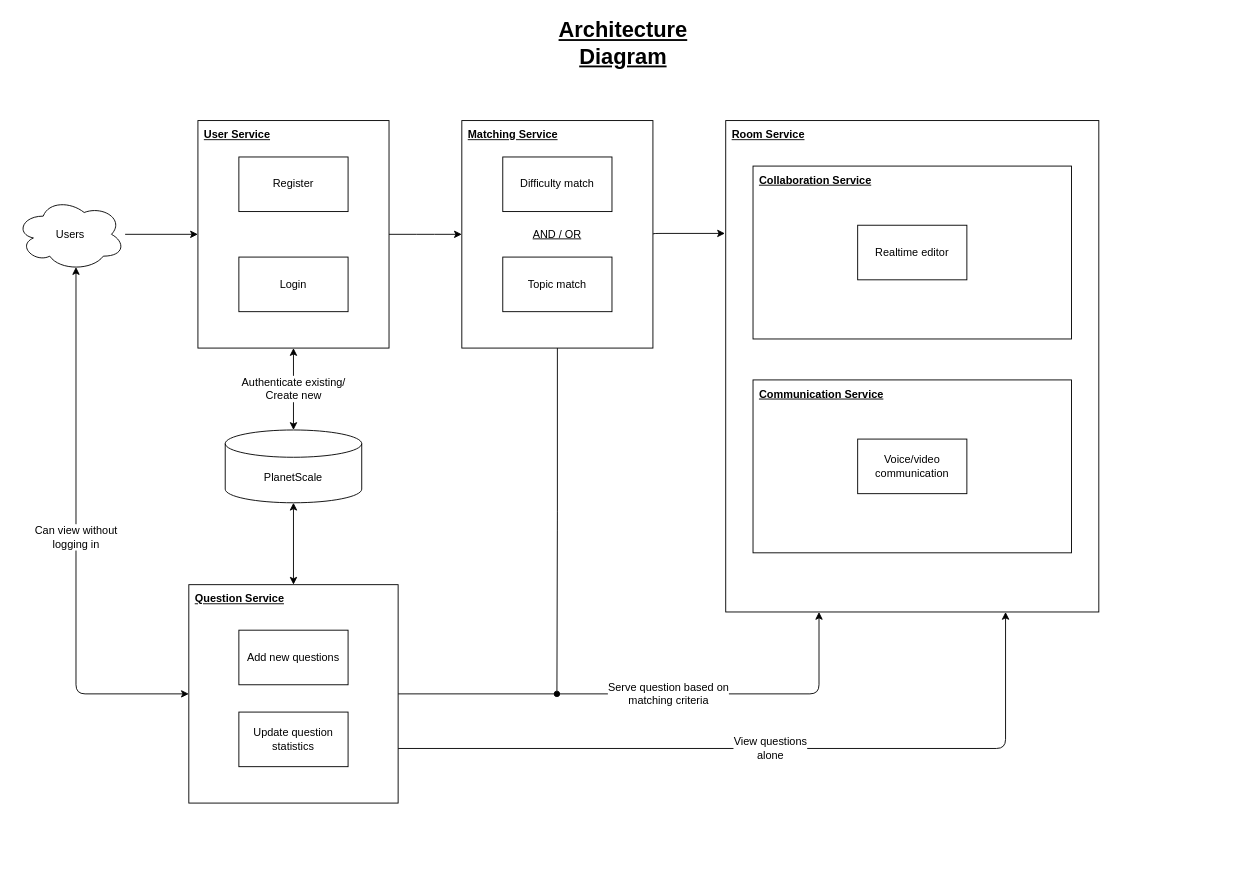
CS3219-AY2223S1/cs3219-project-ay2223s1-g42 keeps this draw.io diagram as docs/cs3219-architecture.drawio. Above is the earlier version. Source tidied: cells renumbered, new cells numbered last; positions are measured from the earlier drawing's top-left corner, leaving out a move shared by most shapes. Both pictures are drawn from the tidied source at 91%, with x=0, y=0 at pixel (15, 15).
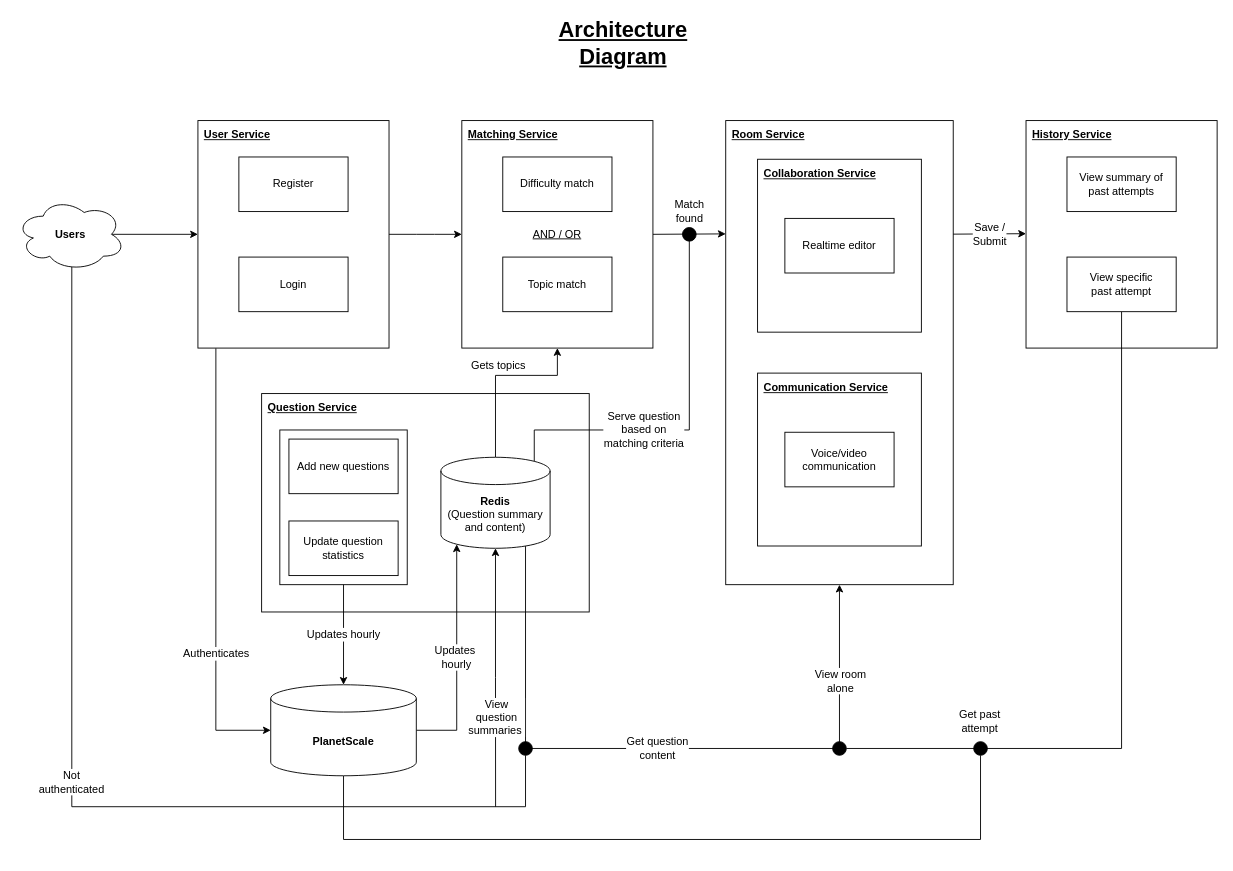
The same page after the edit.

Commit message:
docs: draft archi diagram, no kafka

Unchanged cells that the change refers to:
```xml
<mxCell id="8" value="&lt;u&gt;User Service&lt;/u&gt;" style="whiteSpace=wrap;html=1;align=left;verticalAlign=top;horizontal=1;spacingLeft=5;spacingTop=2;fontStyle=1;" parent="1" vertex="1">
  <mxGeometry x="200" y="115" width="210" height="250" as="geometry" />
</mxCell>
<mxCell id="20" value="&lt;u&gt;Matching Service&lt;/u&gt;" style="whiteSpace=wrap;html=1;align=left;verticalAlign=top;horizontal=1;spacingLeft=5;spacingTop=2;fontStyle=1;" parent="1" vertex="1">
  <mxGeometry x="490" y="115" width="210" height="250" as="geometry" />
</mxCell>
```

What changed in the source:
```diff
@@
+    <mxCell id="15" value="&lt;b&gt;&lt;u&gt;Question Service&lt;/u&gt;&lt;/b&gt;" style="whiteSpace=wrap;html=1;spacingLeft=5;spacingTop=2;align=left;verticalAlign=top;" parent="1" vertex="1">
+      <mxGeometry x="270" y="415" width="360" height="240" as="geometry" />
+    </mxCell>
+    <mxCell id="29" style="rounded=0;whiteSpace=wrap;html=1;labelBackgroundColor=none;fontSize=12;" parent="1" vertex="1">
+      <mxGeometry x="290" y="455" width="140" height="170" as="geometry" />
+    </mxCell>
-    <mxCell id="2" style="edgeStyle=none;html=1;fontSize=30;" parent="1" edge="1" source="4" target="8">
+    <mxCell id="2" style="edgeStyle=none;html=1;fontSize=30;exitX=0.875;exitY=0.5;exitDx=0;exitDy=0;exitPerimeter=0;" parent="1" edge="1" source="4" target="8">
       <mxGeometry relative="1" as="geometry" />
     </mxCell>
-    <mxCell id="3" value="Can view without &lt;br&gt;logging in" style="edgeStyle=elbowEdgeStyle;html=1;exitX=0.55;exitY=0.95;exitDx=0;exitDy=0;exitPerimeter=0;entryX=0;entryY=0.5;entryDx=0;entryDy=0;fontSize=12;startArrow=classic;startFill=1;" parent="1" edge="1" source="4" target="15">
-      <mxGeometry relative="1" as="geometry">
-        <Array as="points">
-          <mxPoint x="66" y="515" />
-        </Array>
-      </mxGeometry>
-    </mxCell>
+    <mxCell id="30" value="Not &lt;br&gt;authenticated" style="edgeStyle=orthogonalEdgeStyle;rounded=0;html=1;exitX=0.595;exitY=0.948;exitDx=0;exitDy=0;exitPerimeter=0;labelBackgroundColor=default;labelBorderColor=none;fontSize=12;startArrow=none;startFill=0;endArrow=oval;endFill=1;endSize=15;elbow=vertical;" parent="1" edge="1">
+      <mxGeometry x="-0.02" relative="1" as="geometry">
+        <mxPoint x="61.4" y="275.8" as="sourcePoint" />
+        <mxPoint x="560" y="805" as="targetPoint" />
+        <Array as="points">
+          <mxPoint x="61" y="869" />
+          <mxPoint x="560" y="869" />
+        </Array>
+      </mxGeometry>
+    </mxCell>
-    <mxCell id="4" value="Users" style="ellipse;shape=cloud;whiteSpace=wrap;html=1;" parent="1" vertex="1">
+    <mxCell id="4" value="&lt;b&gt;Users&lt;/b&gt;" style="ellipse;shape=cloud;whiteSpace=wrap;html=1;" parent="1" vertex="1">
       <mxGeometry y="200" width="120" height="80" as="geometry" />
     </mxCell>
@@
+    <mxCell id="7" style="edgeStyle=elbowEdgeStyle;html=1;fontSize=12;startArrow=none;startFill=0;elbow=vertical;" parent="1" edge="1" source="8" target="20">
+      <mxGeometry relative="1" as="geometry" />
+    </mxCell>
-    <mxCell id="6" value="Authenticate existing/&lt;br&gt;Create new" style="edgeStyle=none;html=1;entryX=0.5;entryY=0;entryDx=0;entryDy=0;entryPerimeter=0;fontSize=12;startArrow=classic;startFill=1;" parent="1" edge="1" source="8" target="12">
-      <mxGeometry relative="1" as="geometry" />
+    <mxCell id="6" value="Authenticates" style="edgeStyle=orthogonalEdgeStyle;rounded=0;html=1;exitX=0.094;exitY=1.001;exitDx=0;exitDy=0;entryX=0;entryY=0.5;entryDx=0;entryDy=0;entryPerimeter=0;labelBackgroundColor=default;labelBorderColor=none;fontSize=12;startArrow=none;startFill=0;endArrow=classic;endFill=1;endSize=6;elbow=vertical;exitPerimeter=0;" parent="1" edge="1" source="8" target="12">
+      <mxGeometry x="0.4" relative="1" as="geometry" />
     </mxCell>
-    <mxCell id="7" style="edgeStyle=elbowEdgeStyle;html=1;fontSize=12;startArrow=none;startFill=0;" parent="1" edge="1" source="8" target="20">
-      <mxGeometry relative="1" as="geometry" />
-    </mxCell>
@@
-    <mxCell id="11" style="edgeStyle=none;html=1;fontSize=12;startArrow=classic;startFill=1;" parent="1" edge="1" source="12" target="15">
-      <mxGeometry relative="1" as="geometry" />
-    </mxCell>
-    <mxCell id="12" value="PlanetScale" style="shape=cylinder3;whiteSpace=wrap;html=1;boundedLbl=1;backgroundOutline=1;size=15;fontSize=12;" parent="1" vertex="1">
-      <mxGeometry x="230" y="455" width="150" height="80" as="geometry" />
-    </mxCell>
-    <mxCell id="13" value="Serve question based on &lt;br&gt;matching criteria" style="edgeStyle=elbowEdgeStyle;html=1;exitX=1;exitY=0.5;exitDx=0;exitDy=0;entryX=0.25;entryY=1;entryDx=0;entryDy=0;fontSize=12;startArrow=none;startFill=0;elbow=vertical;" parent="1" edge="1" source="15" target="21">
-      <mxGeometry x="0.07" relative="1" as="geometry">
-        <Array as="points">
-          <mxPoint x="640" y="745" />
-        </Array>
-        <mxPoint x="1" as="offset" />
-      </mxGeometry>
-    </mxCell>
-    <mxCell id="14" value="View questions &lt;br&gt;alone" style="edgeStyle=elbowEdgeStyle;elbow=vertical;html=1;exitX=1;exitY=0.75;exitDx=0;exitDy=0;entryX=0.75;entryY=1;entryDx=0;entryDy=0;fontSize=12;startArrow=none;startFill=0;endArrow=classic;endFill=1;" parent="1" edge="1" source="15" target="21">
-      <mxGeometry relative="1" as="geometry">
-        <Array as="points">
-          <mxPoint x="750" y="805" />
-        </Array>
-      </mxGeometry>
-    </mxCell>
-    <mxCell id="15" value="&lt;b&gt;&lt;u&gt;Question Service&lt;/u&gt;&lt;/b&gt;" style="whiteSpace=wrap;html=1;spacingLeft=5;spacingTop=2;align=left;verticalAlign=top;" parent="1" vertex="1">
-      <mxGeometry x="190" y="625" width="230" height="240" as="geometry" />
-    </mxCell>
+    <mxCell id="31" value="Updates hourly" style="edgeStyle=orthogonalEdgeStyle;rounded=0;html=1;exitX=0.5;exitY=1;exitDx=0;exitDy=0;entryX=0.5;entryY=0;entryDx=0;entryDy=0;entryPerimeter=0;labelBackgroundColor=default;labelBorderColor=none;fontSize=12;startArrow=none;startFill=0;endArrow=classic;endFill=1;endSize=6;elbow=vertical;" parent="1" edge="1" source="29" target="12">
+      <mxGeometry relative="1" as="geometry" />
+    </mxCell>
     <mxCell id="16" value="Add new questions" style="rounded=0;whiteSpace=wrap;html=1;fontSize=12;" parent="1" vertex="1">
-      <mxGeometry x="245" y="675" width="120" height="60" as="geometry" />
+      <mxGeometry x="300" y="465" width="120" height="60" as="geometry" />
     </mxCell>
     <mxCell id="17" value="Update question statistics" style="rounded=0;whiteSpace=wrap;html=1;fontSize=12;" parent="1" vertex="1">
-      <mxGeometry x="245" y="765" width="120" height="60" as="geometry" />
+      <mxGeometry x="300" y="555" width="120" height="60" as="geometry" />
     </mxCell>
-    <mxCell id="18" style="edgeStyle=elbowEdgeStyle;elbow=vertical;html=1;exitX=0.5;exitY=1;exitDx=0;exitDy=0;fontSize=12;startArrow=none;startFill=0;endArrow=oval;endFill=1;" parent="1" edge="1" source="20">
-      <mxGeometry relative="1" as="geometry">
-        <mxPoint x="594.5" y="745" as="targetPoint" />
-      </mxGeometry>
-    </mxCell>
-    <mxCell id="19" style="edgeStyle=elbowEdgeStyle;elbow=vertical;html=1;exitX=1;exitY=0.5;exitDx=0;exitDy=0;entryX=-0.002;entryY=0.229;entryDx=0;entryDy=0;entryPerimeter=0;fontSize=12;startArrow=none;startFill=0;endArrow=classic;endFill=1;" parent="1" edge="1" source="20" target="21">
-      <mxGeometry relative="1" as="geometry" />
-    </mxCell>
+    <mxCell id="32" value="&lt;font style=&quot;font-size: 12px&quot;&gt;Match&lt;br style=&quot;font-size: 12px;&quot;&gt;found&lt;/font&gt;" style="elbow=vertical;html=1;exitX=1;exitY=0.5;exitDx=0;exitDy=0;entryX=0;entryY=0.25;entryDx=0;entryDy=0;fontSize=12;startArrow=none;startFill=0;endArrow=classic;endFill=1;" parent="1" edge="1">
+      <mxGeometry y="25" relative="1" as="geometry">
+        <mxPoint x="700" y="240" as="sourcePoint" />
+        <mxPoint x="780" y="239.5" as="targetPoint" />
+      </mxGeometry>
+    </mxCell>
@@
     <mxCell id="21" value="&lt;u&gt;Room Service&lt;/u&gt;" style="whiteSpace=wrap;html=1;align=left;verticalAlign=top;horizontal=1;spacingLeft=5;spacingTop=2;fontStyle=1;" parent="1" vertex="1">
-      <mxGeometry x="780" y="115" width="410" height="540" as="geometry" />
+      <mxGeometry x="780" y="115" width="250" height="510" as="geometry" />
     </mxCell>
@@
     <mxCell id="25" value="Collaboration Service" style="rounded=0;whiteSpace=wrap;html=1;fontSize=12;fontStyle=5;align=left;verticalAlign=top;spacingLeft=5;spacingTop=2;" parent="1" vertex="1">
-      <mxGeometry x="810" y="165" width="350" height="190" as="geometry" />
+      <mxGeometry x="815" y="157.5" width="180" height="190" as="geometry" />
     </mxCell>
     <mxCell id="26" value="&lt;span style=&quot;font-size: 12px&quot;&gt;Realtime editor&lt;/span&gt;" style="whiteSpace=wrap;html=1;fontSize=12;" parent="1" vertex="1">
-      <mxGeometry x="925" y="230" width="120" height="60" as="geometry" />
+      <mxGeometry x="845" y="222.5" width="120" height="60" as="geometry" />
     </mxCell>
     <mxCell id="27" value="Communication Service" style="rounded=0;whiteSpace=wrap;html=1;fontSize=12;fontStyle=5;align=left;verticalAlign=top;spacingLeft=5;spacingTop=2;" parent="1" vertex="1">
-      <mxGeometry x="810" y="400" width="350" height="190" as="geometry" />
+      <mxGeometry x="815" y="392.5" width="180" height="190" as="geometry" />
     </mxCell>
     <mxCell id="28" value="&lt;span style=&quot;font-size: 12px;&quot;&gt;Voice/video communication&lt;br style=&quot;font-size: 12px;&quot;&gt;&lt;/span&gt;" style="whiteSpace=wrap;html=1;fontSize=12;verticalAlign=middle;labelBackgroundColor=none;" parent="1" vertex="1">
-      <mxGeometry x="925" y="465" width="120" height="60" as="geometry" />
+      <mxGeometry x="845" y="457.5" width="120" height="60" as="geometry" />
     </mxCell>
+    <mxCell id="33" value="&lt;u&gt;History Service&lt;/u&gt;" style="whiteSpace=wrap;html=1;align=left;verticalAlign=top;horizontal=1;spacingLeft=5;spacingTop=2;fontStyle=1;" parent="1" vertex="1">
+      <mxGeometry x="1110" y="115" width="210" height="250" as="geometry" />
+    </mxCell>
+    <mxCell id="34" value="Get past &lt;br&gt;attempt" style="edgeStyle=orthogonalEdgeStyle;rounded=0;html=1;labelBackgroundColor=default;labelBorderColor=none;fontSize=12;startArrow=none;startFill=0;endArrow=oval;endFill=1;endSize=15;elbow=vertical;" parent="1" edge="1" source="37">
+      <mxGeometry x="0.61" y="-30" relative="1" as="geometry">
+        <mxPoint x="905" y="805" as="targetPoint" />
+        <Array as="points">
+          <mxPoint x="1215" y="805" />
+        </Array>
+      </mxGeometry>
+    </mxCell>
+    <mxCell id="35" value="Save /&lt;br&gt;Submit" style="elbow=vertical;html=1;exitX=1;exitY=0.5;exitDx=0;exitDy=0;entryX=0;entryY=0.25;entryDx=0;entryDy=0;fontSize=12;startArrow=none;startFill=0;endArrow=classic;endFill=1;" parent="1" edge="1">
+      <mxGeometry relative="1" as="geometry">
+        <mxPoint x="1030" y="239.8" as="sourcePoint" />
+        <mxPoint x="1110" y="239.3" as="targetPoint" />
+      </mxGeometry>
+    </mxCell>
+    <mxCell id="36" value="&lt;span style=&quot;font-size: 12px&quot;&gt;View summary of &lt;br&gt;past attempts&lt;/span&gt;" style="whiteSpace=wrap;html=1;fontSize=12;" parent="1" vertex="1">
+      <mxGeometry x="1155" y="155" width="120" height="60" as="geometry" />
+    </mxCell>
+    <mxCell id="37" value="View specific &lt;br&gt;past attempt" style="whiteSpace=wrap;html=1;fontSize=12;" parent="1" vertex="1">
+      <mxGeometry x="1155" y="265" width="120" height="60" as="geometry" />
+    </mxCell>
+    <mxCell id="38" value="Updates&amp;nbsp;&lt;br&gt;hourly" style="edgeStyle=orthogonalEdgeStyle;rounded=0;html=1;exitX=1;exitY=0.5;exitDx=0;exitDy=0;exitPerimeter=0;entryX=0.145;entryY=1;entryDx=0;entryDy=-4.35;entryPerimeter=0;labelBackgroundColor=default;labelBorderColor=none;fontSize=12;startArrow=none;startFill=0;endArrow=classic;endFill=1;endSize=6;elbow=vertical;" parent="1" edge="1" source="12" target="45">
+      <mxGeometry relative="1" as="geometry">
+        <Array as="points">
+          <mxPoint x="484" y="785" />
+        </Array>
+      </mxGeometry>
+    </mxCell>
+    <mxCell id="39" style="edgeStyle=orthogonalEdgeStyle;rounded=0;html=1;exitX=0.5;exitY=1;exitDx=0;exitDy=0;exitPerimeter=0;labelBackgroundColor=default;labelBorderColor=none;fontSize=12;startArrow=none;startFill=0;endArrow=oval;endFill=1;startSize=15;endSize=15;elbow=vertical;" parent="1" edge="1" source="12">
+      <mxGeometry relative="1" as="geometry">
+        <mxPoint x="1060" y="805" as="targetPoint" />
+        <Array as="points">
+          <mxPoint x="360" y="905" />
+          <mxPoint x="1060" y="905" />
+        </Array>
+      </mxGeometry>
+    </mxCell>
+    <mxCell id="12" value="PlanetScale" style="shape=cylinder3;whiteSpace=wrap;html=1;boundedLbl=1;backgroundOutline=1;size=15;fontSize=12;fontStyle=1;" parent="1" vertex="1">
+      <mxGeometry x="280" y="735" width="160" height="100" as="geometry" />
+    </mxCell>
+    <mxCell id="40" value="Get question &lt;br&gt;content" style="edgeStyle=orthogonalEdgeStyle;rounded=0;html=1;exitX=0.855;exitY=1;exitDx=0;exitDy=-4.35;exitPerimeter=0;entryX=0.5;entryY=1;entryDx=0;entryDy=0;labelBackgroundColor=default;labelBorderColor=none;fontSize=12;startArrow=none;startFill=0;endArrow=classic;endFill=1;endSize=6;elbow=vertical;" parent="1" edge="1" source="45" target="21">
+      <mxGeometry relative="1" as="geometry">
+        <Array as="points">
+          <mxPoint x="560" y="581" />
+          <mxPoint x="560" y="805" />
+          <mxPoint x="905" y="805" />
+        </Array>
+      </mxGeometry>
+    </mxCell>
+    <mxCell id="41" value="View room &lt;br&gt;alone" style="edgeLabel;html=1;align=center;verticalAlign=middle;fontSize=12;" parent="40" vertex="1">
+      <mxGeometry x="0.72" relative="1" as="geometry" />
+    </mxCell>
+    <mxCell id="42" value="Gets topics" style="edgeStyle=orthogonalEdgeStyle;rounded=0;html=1;exitX=0.5;exitY=0;exitDx=0;exitDy=0;exitPerimeter=0;entryX=0.5;entryY=1;entryDx=0;entryDy=0;labelBackgroundColor=default;labelBorderColor=none;fontSize=12;startArrow=none;startFill=0;endArrow=classic;endFill=1;endSize=6;elbow=vertical;" parent="1" edge="1" source="45" target="20">
+      <mxGeometry x="-0.01" y="10" relative="1" as="geometry">
+        <Array as="points">
+          <mxPoint x="527" y="395" />
+          <mxPoint x="595" y="395" />
+        </Array>
+      </mxGeometry>
+    </mxCell>
+    <mxCell id="13" value="Serve question &lt;br&gt;based on &lt;br&gt;matching criteria" style="edgeStyle=orthogonalEdgeStyle;rounded=0;html=1;exitX=0.855;exitY=0;exitDx=0;exitDy=4.35;exitPerimeter=0;labelBackgroundColor=default;labelBorderColor=none;fontSize=12;startArrow=none;startFill=0;endArrow=oval;endFill=1;startSize=16;endSize=15;elbow=vertical;" parent="1" edge="1" source="45">
+      <mxGeometry x="-0.26" relative="1" as="geometry">
+        <mxPoint x="740" y="240" as="targetPoint" />
+        <Array as="points">
+          <mxPoint x="570" y="455" />
+          <mxPoint x="740" y="455" />
+        </Array>
+      </mxGeometry>
+    </mxCell>
+    <mxCell id="43" style="edgeStyle=orthogonalEdgeStyle;rounded=0;html=1;exitX=0.5;exitY=1;exitDx=0;exitDy=0;exitPerimeter=0;labelBackgroundColor=default;labelBorderColor=none;fontSize=12;startArrow=classic;startFill=1;endArrow=none;endFill=0;startSize=6;endSize=15;elbow=vertical;" parent="1" edge="1" source="45">
+      <mxGeometry relative="1" as="geometry">
+        <mxPoint x="527.1" y="869" as="targetPoint" />
+      </mxGeometry>
+    </mxCell>
+    <mxCell id="44" value="View &lt;br&gt;question&lt;br&gt;summaries&amp;nbsp;" style="edgeLabel;html=1;align=center;verticalAlign=middle;fontSize=12;" parent="43" vertex="1">
+      <mxGeometry x="0.31" relative="1" as="geometry" />
+    </mxCell>
+    <mxCell id="45" value="&lt;b&gt;Redis&lt;br&gt;&lt;/b&gt;(Question summary and content)" style="shape=cylinder3;whiteSpace=wrap;html=1;boundedLbl=1;backgroundOutline=1;size=15;fontSize=12;" parent="1" vertex="1">
+      <mxGeometry x="467" y="485" width="120" height="100" as="geometry" />
+    </mxCell>
```
